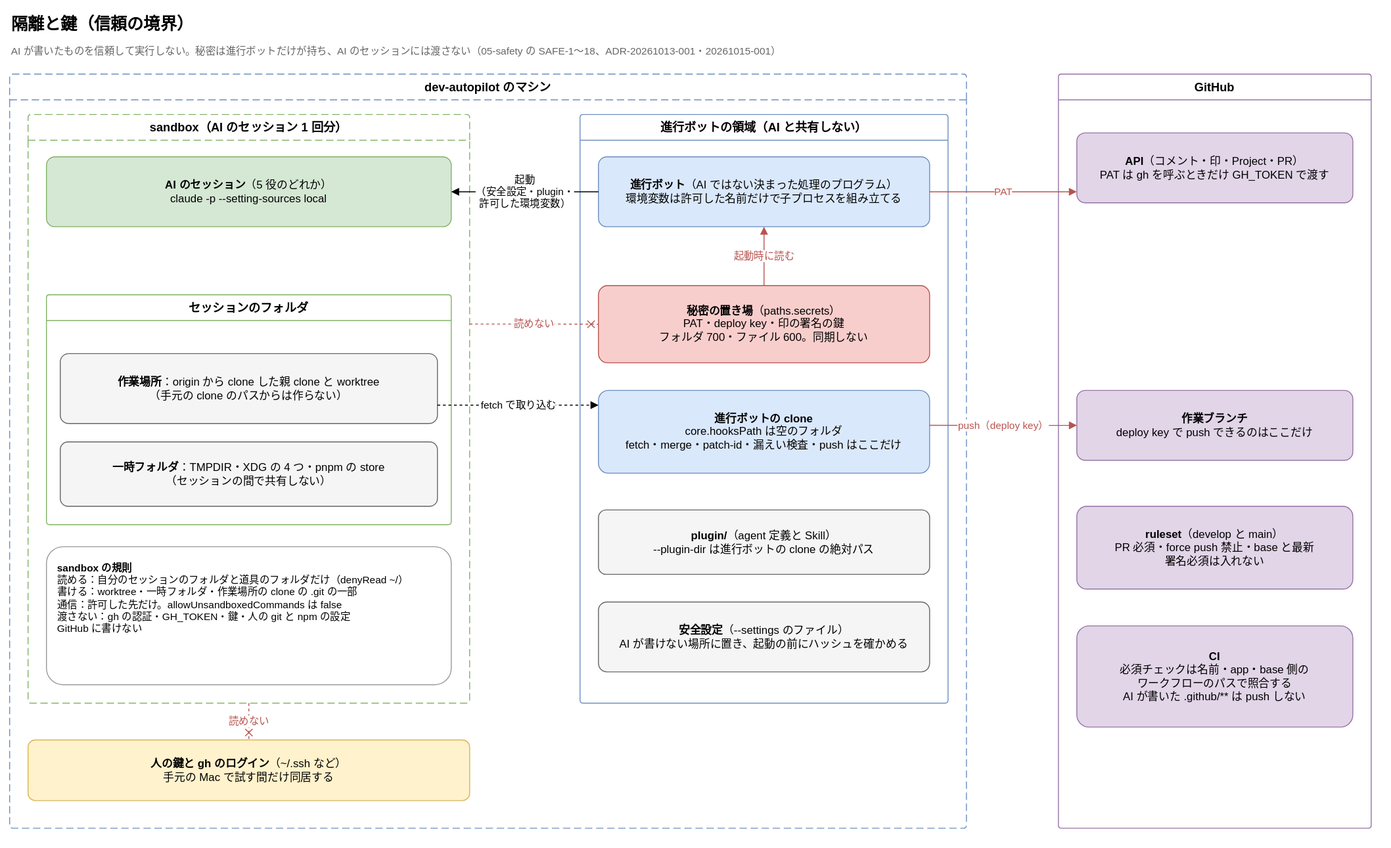
The draw.io diagram docs/diagrams/isolation-and-keys.drawio.svg in Joymerrevent/dev-autopilot, before a commit. Source tidied: cells renumbered, new cells last; positions are measured from the earlier drawing's top-left corner, leaving out a move shared by most shapes.
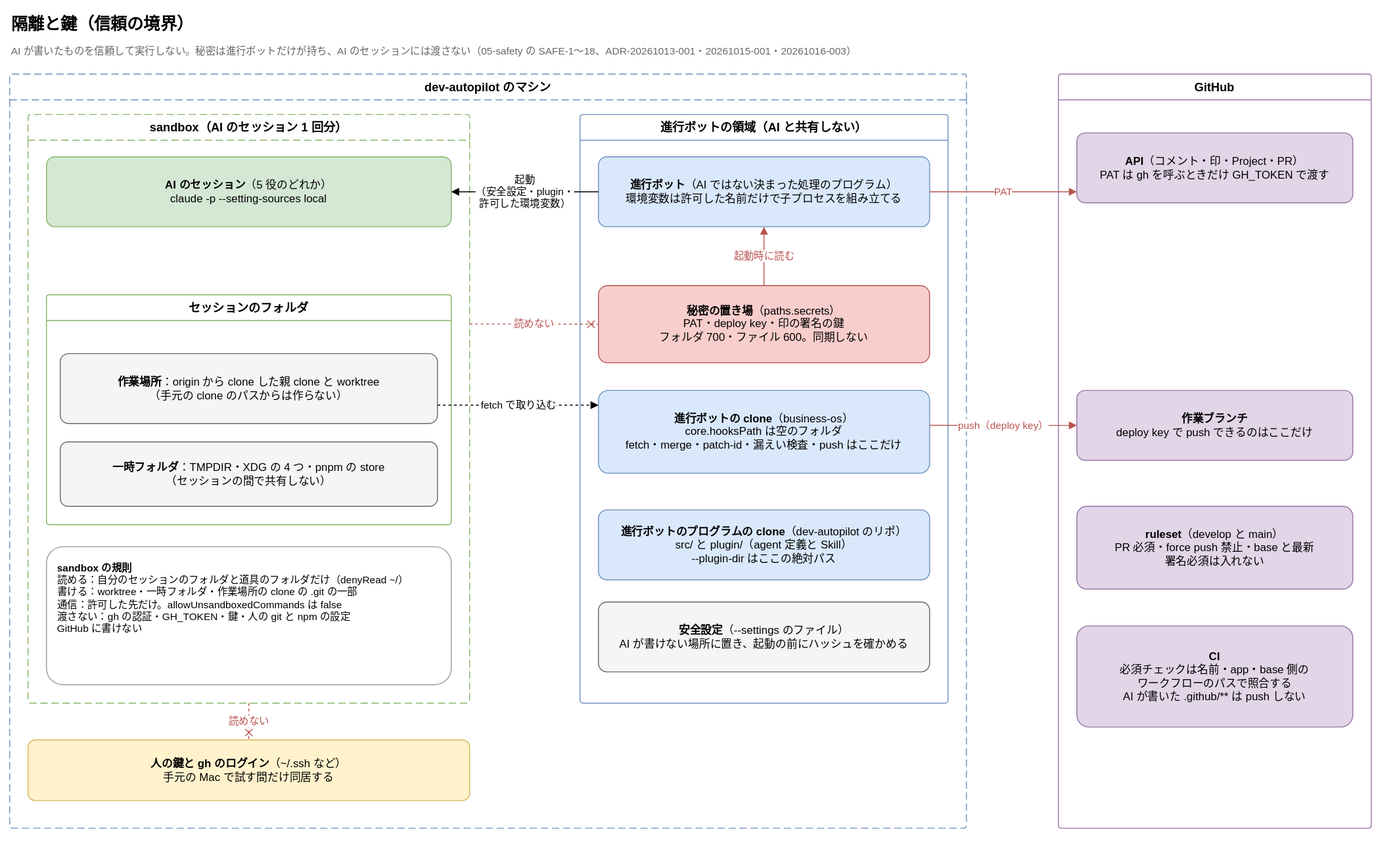
The same diagram one commit later.

Commit message:
docs: 図の進行ボットの clone を 2 つに分け、構成の図の root を dev-autopilot のリポにする

Change to the diagram source:
```diff
@@ -5,7 +5,7 @@
     <mxCell id="2" value="隔離と鍵（信頼の境界）" style="text;html=1;whiteSpace=wrap;align=left;verticalAlign=middle;fontSize=18;fontStyle=1;" parent="1" vertex="1">
       <mxGeometry width="900" height="32" as="geometry" />
     </mxCell>
-    <mxCell id="3" value="AI が書いたものを信頼して実行しない。秘密は進行ボットだけが持ち、AI のセッションには渡さない（05-safety の SAFE-1〜18、ADR-20261013-001・20261015-001）" style="text;html=1;whiteSpace=wrap;align=left;verticalAlign=top;fontSize=11;fontColor=#666666;" parent="1" vertex="1">
+    <mxCell id="3" value="AI が書いたものを信頼して実行しない。秘密は進行ボットだけが持ち、AI のセッションには渡さない（05-safety の SAFE-1〜18、ADR-20261013-001・20261015-001・20261016-003）" style="text;html=1;whiteSpace=wrap;align=left;verticalAlign=top;fontSize=11;fontColor=#666666;" parent="1" vertex="1">
       <mxGeometry y="32" width="1480" height="22" as="geometry" />
     </mxCell>
     <mxCell id="4" value="dev-autopilot のマシン" style="swimlane;startSize=28;html=1;whiteSpace=wrap;rounded=1;arcSize=4;dashed=1;dashPattern=8 4;fontStyle=1;fontSize=13;strokeColor=#6c8ebf;fillColor=none;swimlaneFillColor=none;" parent="1" vertex="1">
@@ -38,11 +38,11 @@
     <mxCell id="13" value="&lt;b&gt;秘密の置き場&lt;/b&gt;（paths.secrets）&lt;br&gt;PAT・deploy key・印の署名の鍵&lt;br&gt;フォルダ 700・ファイル 600。同期しない" style="rounded=1;whiteSpace=wrap;html=1;fontSize=12;arcSize=12;fillColor=#f8cecc;strokeColor=#b85450;spacing=12;" parent="11" vertex="1">
       <mxGeometry x="20" y="186" width="360" height="84" as="geometry" />
     </mxCell>
-    <mxCell id="14" value="&lt;b&gt;進行ボットの clone&lt;/b&gt;&lt;br&gt;core.hooksPath は空のフォルダ&lt;br&gt;fetch・merge・patch-id・漏えい検査・push はここだけ" style="rounded=1;whiteSpace=wrap;html=1;fontSize=12;arcSize=12;fillColor=#dae8fc;strokeColor=#6c8ebf;spacing=12;" parent="11" vertex="1">
+    <mxCell id="14" value="&lt;b&gt;進行ボットの clone&lt;/b&gt;（business-os）&lt;br&gt;core.hooksPath は空のフォルダ&lt;br&gt;fetch・merge・patch-id・漏えい検査・push はここだけ" style="rounded=1;whiteSpace=wrap;html=1;fontSize=12;arcSize=12;fillColor=#dae8fc;strokeColor=#6c8ebf;spacing=12;" parent="11" vertex="1">
       <mxGeometry x="20" y="300" width="360" height="90" as="geometry" />
     </mxCell>
-    <mxCell id="15" value="&lt;b&gt;plugin/&lt;/b&gt;（agent 定義と Skill）&lt;br&gt;--plugin-dir は進行ボットの clone の絶対パス" style="rounded=1;whiteSpace=wrap;html=1;fontSize=12;arcSize=12;fillColor=#f5f5f5;strokeColor=#666666;spacing=12;" parent="11" vertex="1">
-      <mxGeometry x="20" y="430" width="360" height="70" as="geometry" />
+    <mxCell id="15" value="&lt;b&gt;進行ボットのプログラムの clone&lt;/b&gt;（dev-autopilot のリポ）&lt;br&gt;src/ と plugin/（agent 定義と Skill）&lt;br&gt;--plugin-dir はここの絶対パス" style="rounded=1;whiteSpace=wrap;html=1;fontSize=12;arcSize=12;fillColor=#dae8fc;strokeColor=#6c8ebf;spacing=12;" parent="11" vertex="1">
+      <mxGeometry x="20" y="430" width="360" height="76" as="geometry" />
     </mxCell>
     <mxCell id="16" value="&lt;b&gt;安全設定&lt;/b&gt;（--settings のファイル）&lt;br&gt;AI が書けない場所に置き、起動の前にハッシュを確かめる" style="rounded=1;whiteSpace=wrap;html=1;fontSize=12;arcSize=12;fillColor=#f5f5f5;strokeColor=#666666;spacing=12;" parent="11" vertex="1">
       <mxGeometry x="20" y="530" width="360" height="76" as="geometry" />
```
